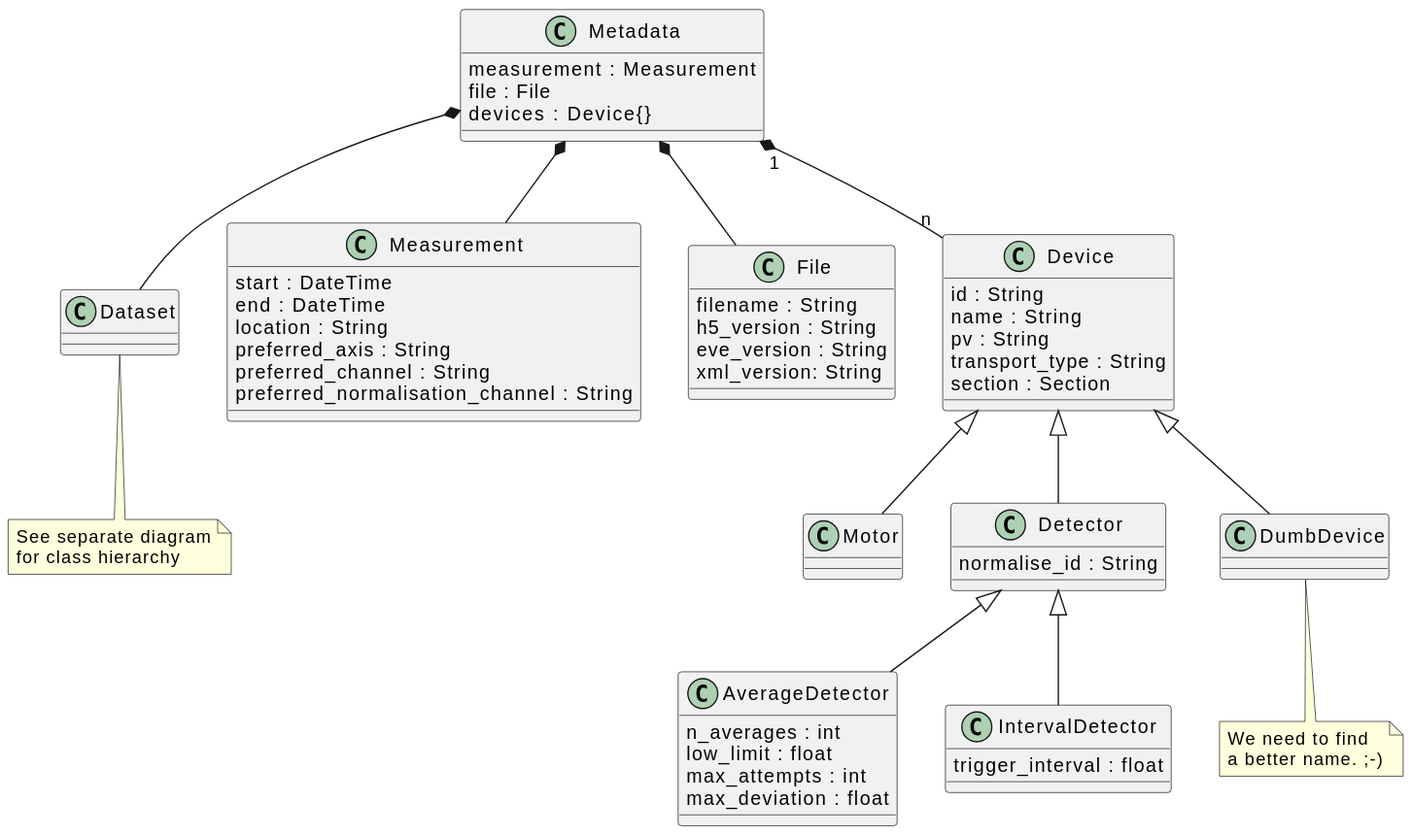
Earlier version of the PlantUML export docs/uml/evedata.dataset.metadata.svg (tillbiskup/evedata).
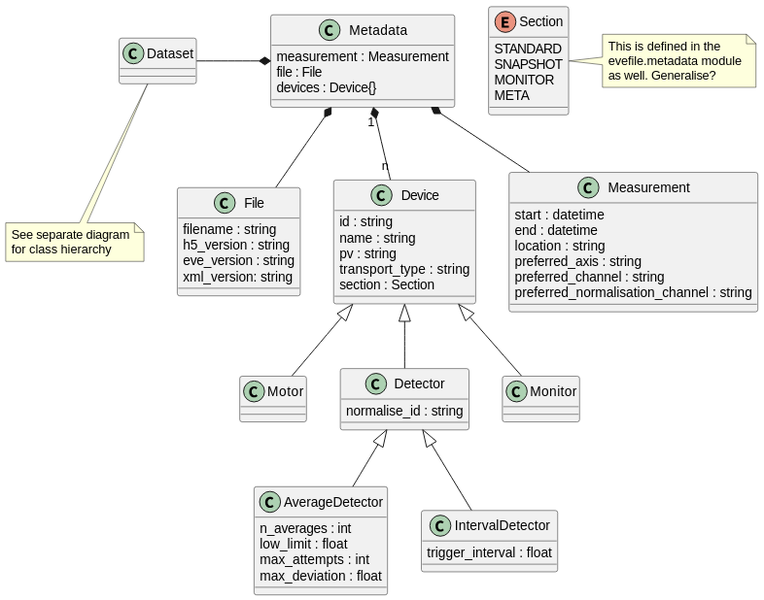
After the change.

Change to the diagram source:
```diff
@@ -5,30 +5,39 @@
     devices : Device{}
 }
 
+enum Section {
+    STANDARD
+    SNAPSHOT
+    MONITOR
+    META
+}
+note right: This is defined in the\nevefile.metadata module\nas well. Generalise?
+Metadata -[hidden]>Section
+
 class Dataset
 note bottom: See separate diagram\nfor class hierarchy
 
 class Measurement {
-    start : DateTime
-    end : DateTime
-    location : String
-    preferred_axis : String
-    preferred_channel : String
-    preferred_normalisation_channel : String
+    start : datetime
+    end : datetime
+    location : string
+    preferred_axis : string
+    preferred_channel : string
+    preferred_normalisation_channel : string
 }
 
 class File {
-    filename : String
-    h5_version : String
-    eve_version : String
-    xml_version: String
+    filename : string
+    h5_version : string
+    eve_version : string
+    xml_version: string
 }
 
 class Device {
-    id : String
-    name : String
-    pv : String
-    transport_type : String
+    id : string
+    name : string
+    pv : string
+    transport_type : string
     section : Section
 }
 
@@ -36,7 +45,7 @@
 }
 
 class Detector {
-    normalise_id : String
+    normalise_id : string
 }
 
 class AverageDetector {
@@ -50,18 +59,17 @@
     trigger_interval : float
 }
 
-class DumbDevice {
+class Monitor {
 }
-note bottom: We need to find\na better name. ;-)
 
-Metadata *-- Dataset
+Dataset -* Metadata
 Metadata *-- Measurement
 Metadata "1" *-- "n" Device
 Metadata *-- File
 
 Device <|-- Motor
 Device <|-- Detector
-Device <|-- DumbDevice
+Device <|-- Monitor
 
 Detector <|-- AverageDetector
 Detector <|-- IntervalDetector
```
